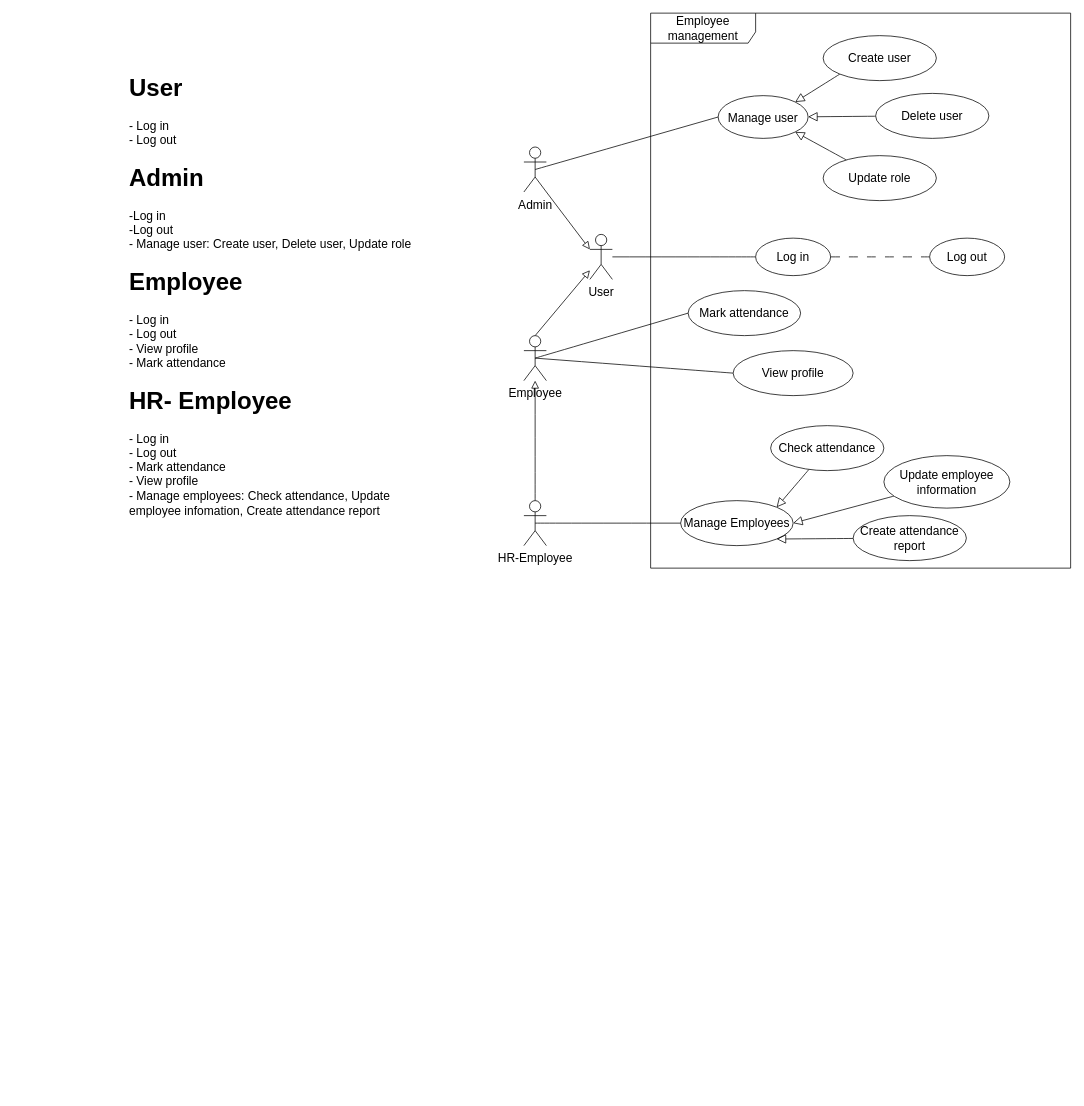
This is EmployeeManagement.drawio from Jason1420/company_management, a draw.io file, before an edit. Source tidied: cells renumbered, new cells numbered last; positions are measured from the earlier drawing's top-left corner, leaving out a move shared by most shapes. Both pictures are drawn from the tidied source at 75%, with x=0, y=0 at pixel (125, 13).
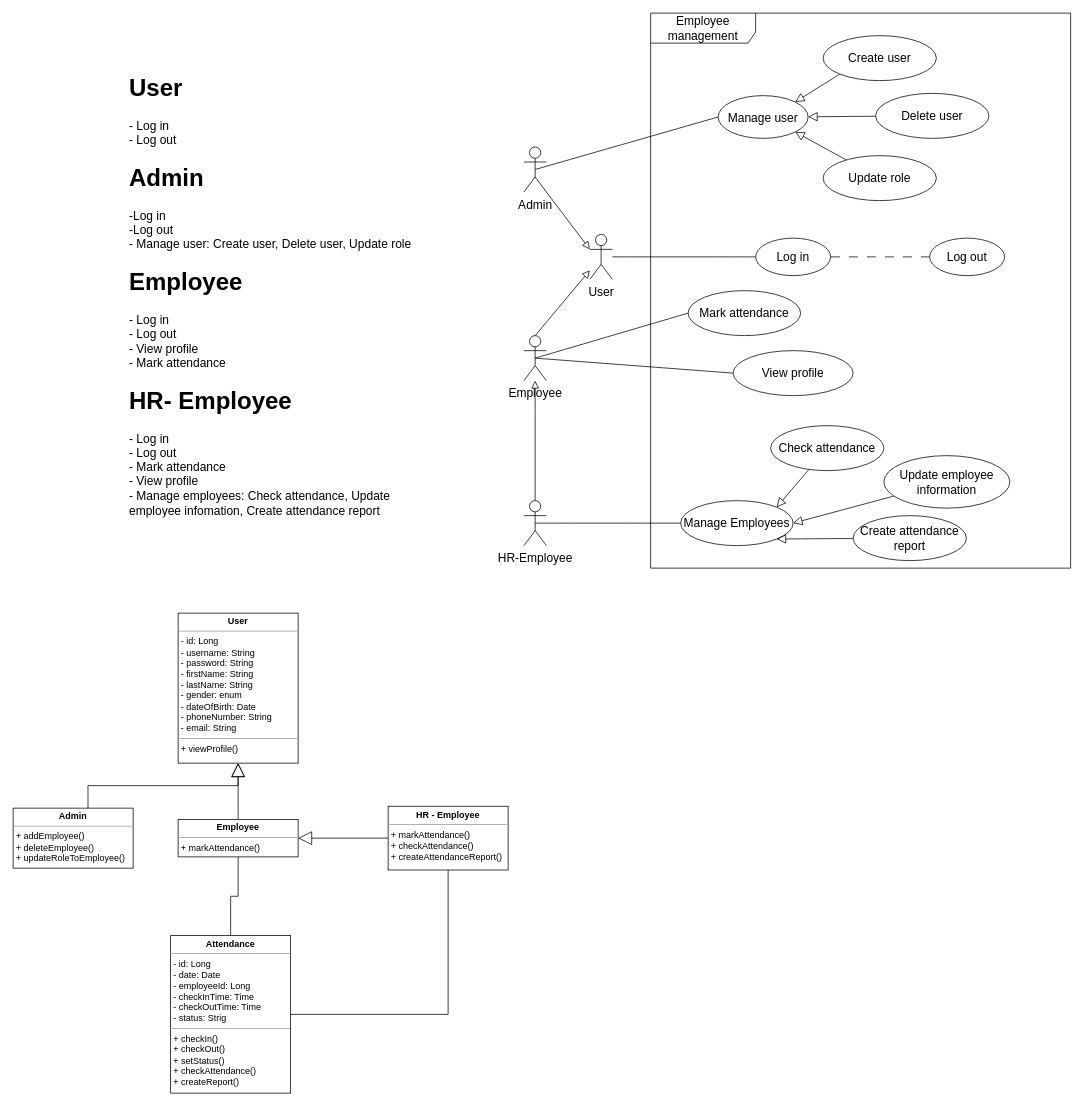
The same page after the edit.

What changed in the source:
```diff
@@
+    <mxCell id="36" value="&lt;p style=&quot;margin:0px;margin-top:4px;text-align:center;&quot;&gt;&lt;b&gt;User&lt;/b&gt;&lt;/p&gt;&lt;hr size=&quot;1&quot;&gt;&lt;p style=&quot;margin:0px;margin-left:4px;&quot;&gt;- id: Long&lt;/p&gt;&lt;p style=&quot;margin:0px;margin-left:4px;&quot;&gt;- username: String&lt;/p&gt;&lt;p style=&quot;margin:0px;margin-left:4px;&quot;&gt;- password: String&lt;/p&gt;&lt;p style=&quot;margin:0px;margin-left:4px;&quot;&gt;- firstName: String&lt;/p&gt;&lt;p style=&quot;margin:0px;margin-left:4px;&quot;&gt;- lastName: String&lt;/p&gt;&lt;p style=&quot;margin:0px;margin-left:4px;&quot;&gt;- gender: enum&lt;/p&gt;&lt;p style=&quot;margin:0px;margin-left:4px;&quot;&gt;- dateOfBirth: Date&lt;/p&gt;&lt;p style=&quot;margin:0px;margin-left:4px;&quot;&gt;- phoneNumber: String&lt;/p&gt;&lt;p style=&quot;margin:0px;margin-left:4px;&quot;&gt;- email: String&lt;/p&gt;&lt;hr size=&quot;1&quot;&gt;&lt;p style=&quot;margin:0px;margin-left:4px;&quot;&gt;+ viewProfile()&lt;/p&gt;" style="verticalAlign=top;align=left;overflow=fill;fontSize=12;fontFamily=Helvetica;html=1;whiteSpace=wrap;" parent="1" vertex="1">
+      <mxGeometry x="70" y="800" width="160" height="200" as="geometry" />
+    </mxCell>
+    <mxCell id="37" value="&lt;p style=&quot;margin:0px;margin-top:4px;text-align:center;&quot;&gt;&lt;b&gt;Admin&lt;/b&gt;&lt;/p&gt;&lt;hr size=&quot;1&quot;&gt;&lt;p style=&quot;margin:0px;margin-left:4px;&quot;&gt;+ addEmployee()&lt;/p&gt;&lt;p style=&quot;margin:0px;margin-left:4px;&quot;&gt;+ deleteEmployee()&lt;br&gt;&lt;/p&gt;&lt;p style=&quot;margin:0px;margin-left:4px;&quot;&gt;+ updateRoleToEmployee()&lt;br&gt;&lt;/p&gt;" style="verticalAlign=top;align=left;overflow=fill;fontSize=12;fontFamily=Helvetica;html=1;whiteSpace=wrap;" parent="1" vertex="1">
+      <mxGeometry x="-150" y="1060" width="160" height="80" as="geometry" />
+    </mxCell>
+    <mxCell id="38" value="&lt;p style=&quot;margin:0px;margin-top:4px;text-align:center;&quot;&gt;&lt;b&gt;Employee&lt;/b&gt;&lt;/p&gt;&lt;hr size=&quot;1&quot;&gt;&lt;p style=&quot;margin:0px;margin-left:4px;&quot;&gt;+ markAttendance()&lt;/p&gt;&lt;p style=&quot;margin:0px;margin-left:4px;&quot;&gt;&lt;br&gt;&lt;/p&gt;" style="verticalAlign=top;align=left;overflow=fill;fontSize=12;fontFamily=Helvetica;html=1;whiteSpace=wrap;" parent="1" vertex="1">
+      <mxGeometry x="70" y="1075" width="160" height="50" as="geometry" />
+    </mxCell>
+    <mxCell id="39" value="&lt;p style=&quot;margin:0px;margin-top:4px;text-align:center;&quot;&gt;&lt;b&gt;HR - Employee&lt;/b&gt;&lt;/p&gt;&lt;hr size=&quot;1&quot;&gt;&lt;p style=&quot;margin:0px;margin-left:4px;&quot;&gt;+ markAttendance()&lt;/p&gt;&lt;p style=&quot;margin:0px;margin-left:4px;&quot;&gt;+ checkAttendance()&lt;/p&gt;&lt;p style=&quot;margin:0px;margin-left:4px;&quot;&gt;+ createAttendanceReport()&lt;/p&gt;&lt;p style=&quot;margin:0px;margin-left:4px;&quot;&gt;&lt;br&gt;&lt;/p&gt;" style="verticalAlign=top;align=left;overflow=fill;fontSize=12;fontFamily=Helvetica;html=1;whiteSpace=wrap;" parent="1" vertex="1">
+      <mxGeometry x="350" y="1057.5" width="160" height="85" as="geometry" />
+    </mxCell>
+    <mxCell id="40" value="&lt;p style=&quot;margin:0px;margin-top:4px;text-align:center;&quot;&gt;&lt;b&gt;Attendance&lt;/b&gt;&lt;/p&gt;&lt;hr size=&quot;1&quot;&gt;&lt;p style=&quot;margin:0px;margin-left:4px;&quot;&gt;- id: Long&lt;/p&gt;&lt;p style=&quot;margin:0px;margin-left:4px;&quot;&gt;- date: Date&lt;/p&gt;&lt;p style=&quot;margin:0px;margin-left:4px;&quot;&gt;- employeeId: Long&lt;/p&gt;&lt;p style=&quot;margin:0px;margin-left:4px;&quot;&gt;- checkInTime: Time&lt;/p&gt;&lt;p style=&quot;margin:0px;margin-left:4px;&quot;&gt;- checkOutTime: Time&lt;/p&gt;&lt;p style=&quot;margin:0px;margin-left:4px;&quot;&gt;- status: Strig&lt;/p&gt;&lt;hr size=&quot;1&quot;&gt;&lt;p style=&quot;margin:0px;margin-left:4px;&quot;&gt;+ checkIn()&lt;/p&gt;&lt;p style=&quot;margin:0px;margin-left:4px;&quot;&gt;+ checkOut()&lt;/p&gt;&lt;p style=&quot;margin:0px;margin-left:4px;&quot;&gt;+ setStatus()&lt;/p&gt;&lt;p style=&quot;margin:0px;margin-left:4px;&quot;&gt;+ checkAttendance()&lt;/p&gt;&lt;p style=&quot;margin:0px;margin-left:4px;&quot;&gt;+ createReport()&lt;/p&gt;" style="verticalAlign=top;align=left;overflow=fill;fontSize=12;fontFamily=Helvetica;html=1;whiteSpace=wrap;" parent="1" vertex="1">
+      <mxGeometry x="60" y="1230" width="160" height="210" as="geometry" />
+    </mxCell>
+    <mxCell id="41" style="endArrow=block;endSize=16;endFill=0;html=1;rounded=0;fontSize=12;exitX=0.624;exitY=-0.003;exitDx=0;exitDy=0;exitPerimeter=0;edgeStyle=orthogonalEdgeStyle;" parent="1" edge="1" source="37" target="36">
+      <mxGeometry relative="1" as="geometry" />
+    </mxCell>
+    <mxCell id="42" style="endArrow=block;endSize=16;endFill=0;html=1;rounded=0;fontSize=12;curved=1;exitX=0.5;exitY=0;exitDx=0;exitDy=0;entryX=0.5;entryY=1;entryDx=0;entryDy=0;" parent="1" edge="1" source="38" target="36">
+      <mxGeometry relative="1" as="geometry" />
+    </mxCell>
+    <mxCell id="43" style="endArrow=block;endSize=16;endFill=0;html=1;rounded=0;fontSize=12;exitX=0;exitY=0.5;exitDx=0;exitDy=0;entryX=1;entryY=0.5;entryDx=0;entryDy=0;edgeStyle=orthogonalEdgeStyle;" parent="1" edge="1" source="39" target="38">
+      <mxGeometry relative="1" as="geometry" />
+    </mxCell>
+    <mxCell id="44" style="endArrow=none;endFill=0;endSize=12;html=1;rounded=0;fontSize=12;entryX=0.5;entryY=1;entryDx=0;entryDy=0;exitX=0.5;exitY=0;exitDx=0;exitDy=0;edgeStyle=orthogonalEdgeStyle;" parent="1" edge="1" source="40" target="38">
+      <mxGeometry relative="1" as="geometry" />
+    </mxCell>
+    <mxCell id="45" style="endArrow=none;endFill=0;endSize=12;html=1;rounded=0;fontSize=12;entryX=0.5;entryY=1;entryDx=0;entryDy=0;exitX=1;exitY=0.5;exitDx=0;exitDy=0;edgeStyle=orthogonalEdgeStyle;" parent="1" edge="1" source="40" target="39">
+      <mxGeometry relative="1" as="geometry" />
+    </mxCell>
```
